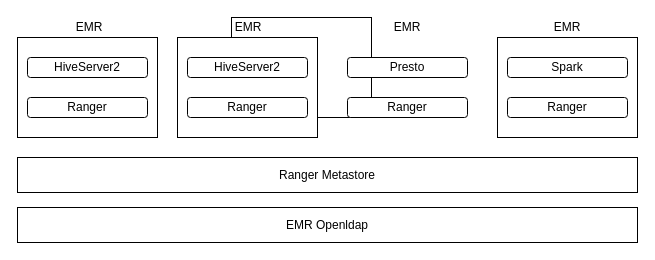
Before: ranger.drawio in jimmycheng603/findmaven, a draw.io diagram. Source tidied: cells renumbered, new cells numbered last; positions are measured from the earlier drawing's top-left corner, leaving out a move shared by most shapes. Both pictures are drawn from the tidied source at 100%, with x=0, y=0 at pixel (17, 17).
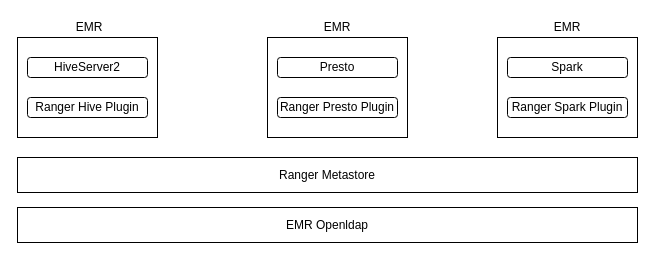
The same page after the edit.

What changed in the source:
```diff
@@
 <mxGraphModel>
   <root>
     <mxCell id="0" />
     <mxCell id="1" parent="0" />
     <mxCell id="2" style="rounded=0;whiteSpace=wrap;html=1;" parent="1" vertex="1">
       <mxGeometry y="20" width="140" height="100" as="geometry" />
     </mxCell>
     <mxCell id="3" style="rounded=0;whiteSpace=wrap;html=1;" parent="1" vertex="1">
-      <mxGeometry x="214" width="140" height="100" as="geometry" />
+      <mxGeometry x="250" y="20" width="140" height="100" as="geometry" />
     </mxCell>
     <mxCell id="4" value="EMR Openldap" style="rounded=0;whiteSpace=wrap;html=1;" parent="1" vertex="1">
       <mxGeometry y="190" width="620" height="35" as="geometry" />
     </mxCell>
     <mxCell id="5" value="HiveServer2" style="rounded=1;whiteSpace=wrap;html=1;" parent="1" vertex="1">
       <mxGeometry x="10" y="40" width="120" height="20" as="geometry" />
     </mxCell>
-    <mxCell id="6" style="rounded=0;whiteSpace=wrap;html=1;" parent="1" vertex="1">
-      <mxGeometry x="160" y="20" width="140" height="100" as="geometry" />
-    </mxCell>
-    <mxCell id="7" value="HiveServer2" style="rounded=1;whiteSpace=wrap;html=1;" parent="1" vertex="1">
-      <mxGeometry x="170" y="40" width="120" height="20" as="geometry" />
-    </mxCell>
     <mxCell id="8" value="EMR" style="text;html=1;strokeColor=none;fillColor=none;align=center;verticalAlign=middle;whiteSpace=wrap;rounded=0;" parent="1" vertex="1">
       <mxGeometry x="52" width="40" height="20" as="geometry" />
     </mxCell>
-    <mxCell id="9" value="EMR" style="text;html=1;strokeColor=none;fillColor=none;align=center;verticalAlign=middle;whiteSpace=wrap;rounded=0;" parent="1" vertex="1">
-      <mxGeometry x="211" width="40" height="20" as="geometry" />
-    </mxCell>
     <mxCell id="10" value="Presto" style="rounded=1;whiteSpace=wrap;html=1;" parent="1" vertex="1">
-      <mxGeometry x="330" y="40" width="120" height="20" as="geometry" />
+      <mxGeometry x="260" y="40" width="120" height="20" as="geometry" />
     </mxCell>
     <mxCell id="11" style="rounded=0;whiteSpace=wrap;html=1;" parent="1" vertex="1">
       <mxGeometry x="480" y="20" width="140" height="100" as="geometry" />
     </mxCell>
     <mxCell id="12" value="Spark" style="rounded=1;whiteSpace=wrap;html=1;" parent="1" vertex="1">
       <mxGeometry x="490" y="40" width="120" height="20" as="geometry" />
     </mxCell>
     <mxCell id="13" value="Ranger Metastore" style="rounded=0;whiteSpace=wrap;html=1;" parent="1" vertex="1">
       <mxGeometry y="140" width="620" height="35" as="geometry" />
     </mxCell>
-    <mxCell id="14" value="Ranger" style="rounded=1;whiteSpace=wrap;html=1;" parent="1" vertex="1">
+    <mxCell id="14" value="Ranger Hive Plugin" style="rounded=1;whiteSpace=wrap;html=1;" parent="1" vertex="1">
       <mxGeometry x="10" y="80" width="120" height="20" as="geometry" />
     </mxCell>
-    <mxCell id="15" value="Ranger" style="rounded=1;whiteSpace=wrap;html=1;" parent="1" vertex="1">
-      <mxGeometry x="170" y="80" width="120" height="20" as="geometry" />
-    </mxCell>
-    <mxCell id="16" value="Ranger" style="rounded=1;whiteSpace=wrap;html=1;" parent="1" vertex="1">
-      <mxGeometry x="330" y="80" width="120" height="20" as="geometry" />
+    <mxCell id="16" value="Ranger Presto Plugin" style="rounded=1;whiteSpace=wrap;html=1;" parent="1" vertex="1">
+      <mxGeometry x="260" y="80" width="120" height="20" as="geometry" />
     </mxCell>
-    <mxCell id="17" value="Ranger" style="rounded=1;whiteSpace=wrap;html=1;" parent="1" vertex="1">
+    <mxCell id="17" value="Ranger Spark Plugin" style="rounded=1;whiteSpace=wrap;html=1;" parent="1" vertex="1">
       <mxGeometry x="490" y="80" width="120" height="20" as="geometry" />
     </mxCell>
     <mxCell id="18" value="EMR" style="text;html=1;strokeColor=none;fillColor=none;align=center;verticalAlign=middle;whiteSpace=wrap;rounded=0;" parent="1" vertex="1">
-      <mxGeometry x="370" width="40" height="20" as="geometry" />
+      <mxGeometry x="300" width="40" height="20" as="geometry" />
     </mxCell>
     <mxCell id="19" value="EMR" style="text;html=1;strokeColor=none;fillColor=none;align=center;verticalAlign=middle;whiteSpace=wrap;rounded=0;" parent="1" vertex="1">
       <mxGeometry x="530" width="40" height="20" as="geometry" />
     </mxCell>
   </root>
 </mxGraphModel>
```
